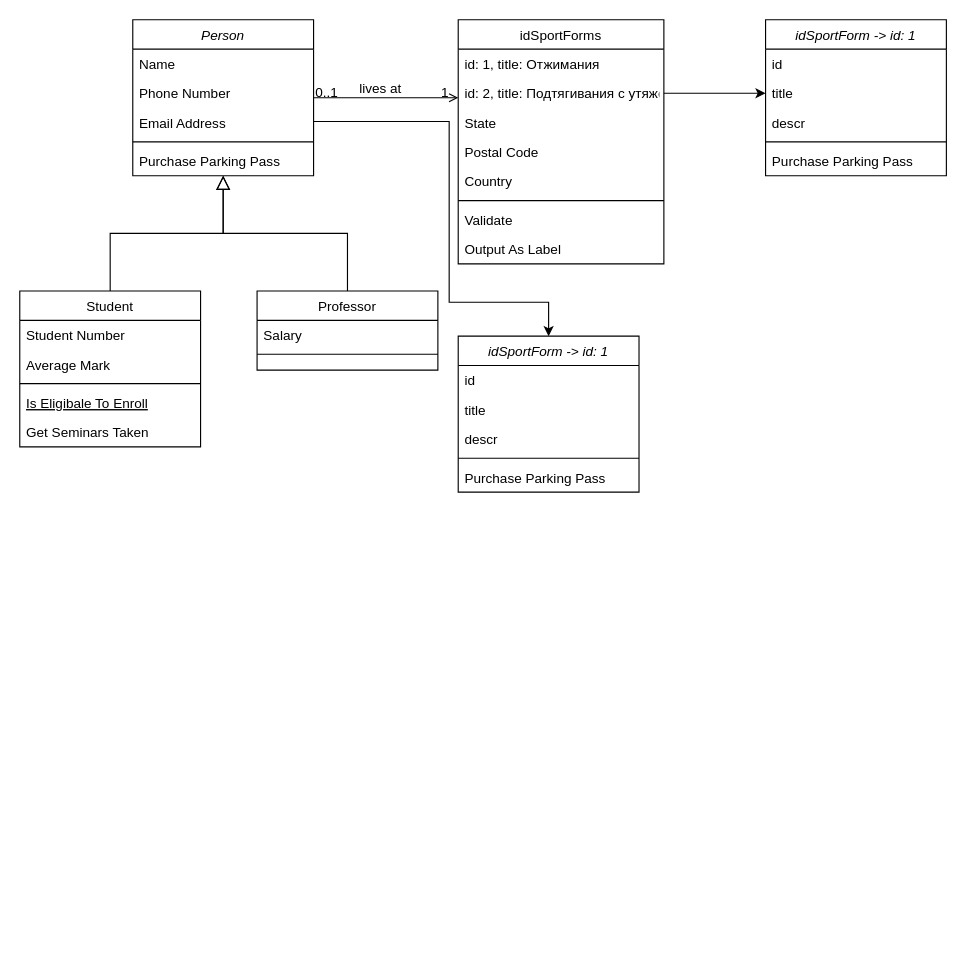
The draw.io diagram Untitled Diagram.drawio in CyberPunk10/nuxt.js-course-vm, before the edit. Source tidied: cells renumbered, new cells numbered last; positions are measured from the earlier drawing's top-left corner, leaving out a move shared by most shapes. Both pictures are drawn from the tidied source at 113%, with x=0, y=0 at pixel (19, 19).
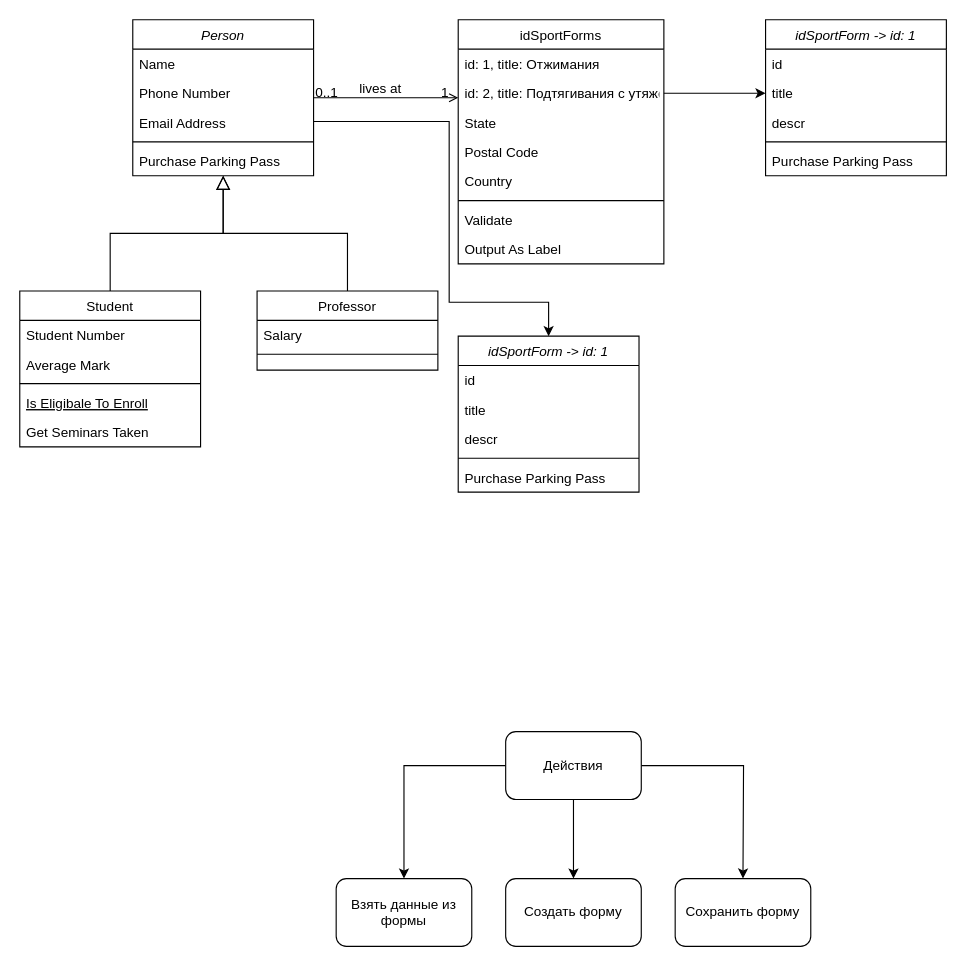
Above is the later version.

The edit, as a diff of the source:
```diff
@@
+    <mxCell id="46" style="edgeStyle=orthogonalEdgeStyle;rounded=0;jettySize=auto;html=1;" parent="1" edge="1" source="49">
+      <mxGeometry relative="1" as="geometry">
+        <mxPoint x="490" y="760" as="targetPoint" />
+      </mxGeometry>
+    </mxCell>
+    <mxCell id="47" style="edgeStyle=orthogonalEdgeStyle;rounded=0;jettySize=auto;html=1;" parent="1" edge="1" source="49">
+      <mxGeometry relative="1" as="geometry">
+        <mxPoint x="640" y="760" as="targetPoint" />
+      </mxGeometry>
+    </mxCell>
+    <mxCell id="48" style="edgeStyle=orthogonalEdgeStyle;rounded=0;jettySize=auto;html=1;entryX=0.5;entryY=0;entryDx=0;entryDy=0;" parent="1" edge="1" source="49" target="52">
+      <mxGeometry relative="1" as="geometry" />
+    </mxCell>
+    <mxCell id="49" value="Действия" style="rounded=1;whiteSpace=wrap;html=1;" parent="1" vertex="1">
+      <mxGeometry x="430" y="630" width="120" height="60" as="geometry" />
+    </mxCell>
+    <mxCell id="50" value="Создать форму" style="rounded=1;whiteSpace=wrap;html=1;" parent="1" vertex="1">
+      <mxGeometry x="430" y="760" width="120" height="60" as="geometry" />
+    </mxCell>
+    <mxCell id="51" value="Сохранить форму" style="rounded=1;whiteSpace=wrap;html=1;" parent="1" vertex="1">
+      <mxGeometry x="580" y="760" width="120" height="60" as="geometry" />
+    </mxCell>
+    <mxCell id="52" value="Взять данные из формы" style="rounded=1;whiteSpace=wrap;html=1;" parent="1" vertex="1">
+      <mxGeometry x="280" y="760" width="120" height="60" as="geometry" />
+    </mxCell>
```
